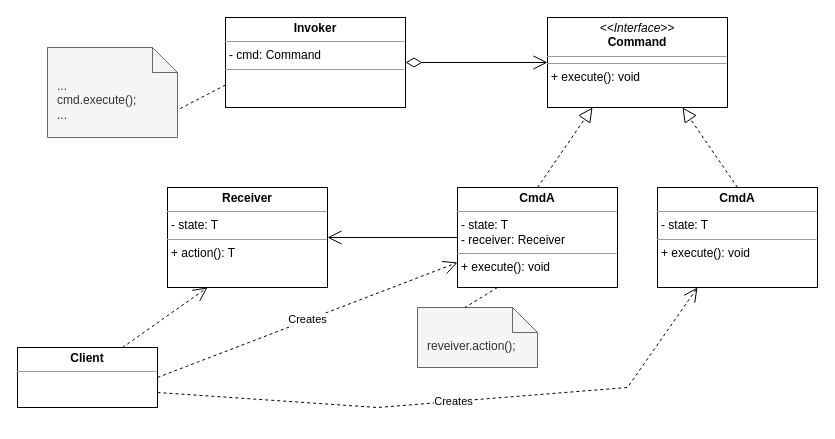
The draw.io diagram markdown/pattern/images/command.drawio in Programmiermethoden-CampusMinden/Prog2-Lecture, before the edit. Source tidied: cells renumbered, new cells numbered last; positions are measured from the earlier drawing's top-left corner, leaving out a move shared by most shapes. Both pictures are drawn from the tidied source at 100%, with x=0, y=0 at pixel (17, 17).
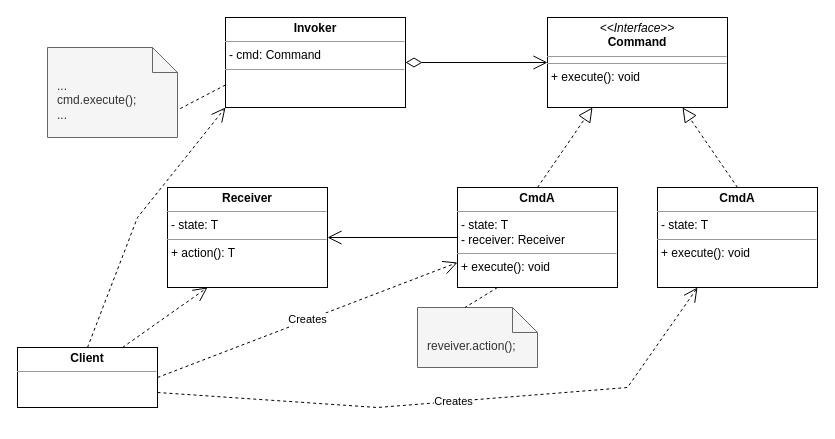
Above is the later version.

The change refers to these unchanged cells:
```xml
<mxCell id="2" value="&lt;p style=&quot;margin:0px;margin-top:4px;text-align:center;&quot;&gt;&lt;b&gt;Client&lt;/b&gt;&lt;/p&gt;&lt;hr size=&quot;1&quot;&gt;&lt;div style=&quot;height:2px;&quot;&gt;&lt;/div&gt;" style="verticalAlign=top;align=left;overflow=fill;fontSize=12;fontFamily=Helvetica;html=1;" parent="1" vertex="1">
  <mxGeometry y="330" width="140" height="60" as="geometry" />
</mxCell>
<mxCell id="18" value="&lt;p style=&quot;margin:0px;margin-top:4px;text-align:center;&quot;&gt;&lt;b&gt;Invoker&lt;/b&gt;&lt;/p&gt;&lt;hr size=&quot;1&quot;&gt;&lt;p style=&quot;margin:0px;margin-left:4px;&quot;&gt;- cmd: Command&lt;br&gt;&lt;/p&gt;&lt;hr size=&quot;1&quot;&gt;&lt;p style=&quot;margin:0px;margin-left:4px;&quot;&gt;&lt;br&gt;&lt;/p&gt;" style="verticalAlign=top;align=left;overflow=fill;fontSize=12;fontFamily=Helvetica;html=1;" parent="1" vertex="1">
  <mxGeometry x="208" width="180" height="90" as="geometry" />
</mxCell>
```

Change to the diagram source:
```diff
@@
+    <mxCell id="19" style="endArrow=open;endSize=12;dashed=1;html=1;rounded=0;exitX=0.5;exitY=0;exitDx=0;exitDy=0;entryX=0;entryY=1;entryDx=0;entryDy=0;" parent="1" edge="1" source="2" target="18">
+      <mxGeometry relative="1" as="geometry">
+        <Array as="points">
+          <mxPoint x="120" y="200" />
+        </Array>
+      </mxGeometry>
+    </mxCell>
```
